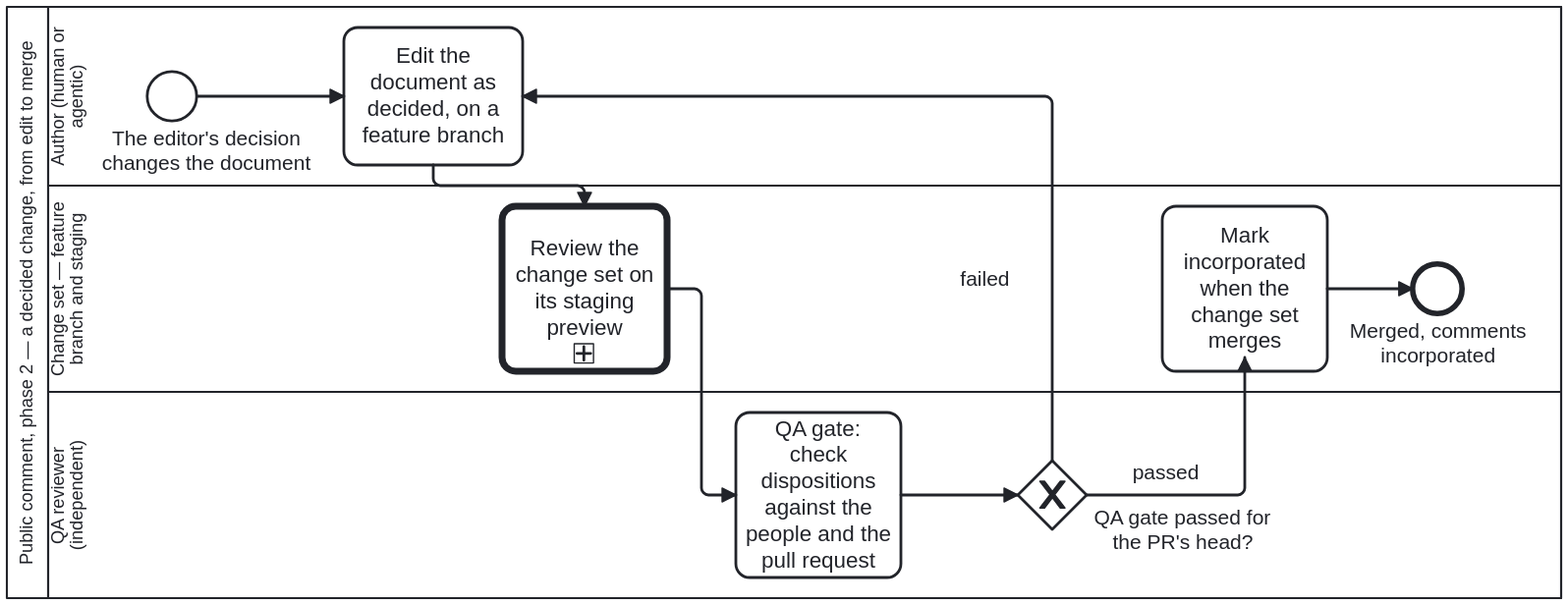
Above: processes/content/public-comment-change.svg in litlfred/folio-assistant-core (BPMN), before the change. Its source is kept beside it as processes/content/public-comment-change.bpmn. Ids are renumbered.
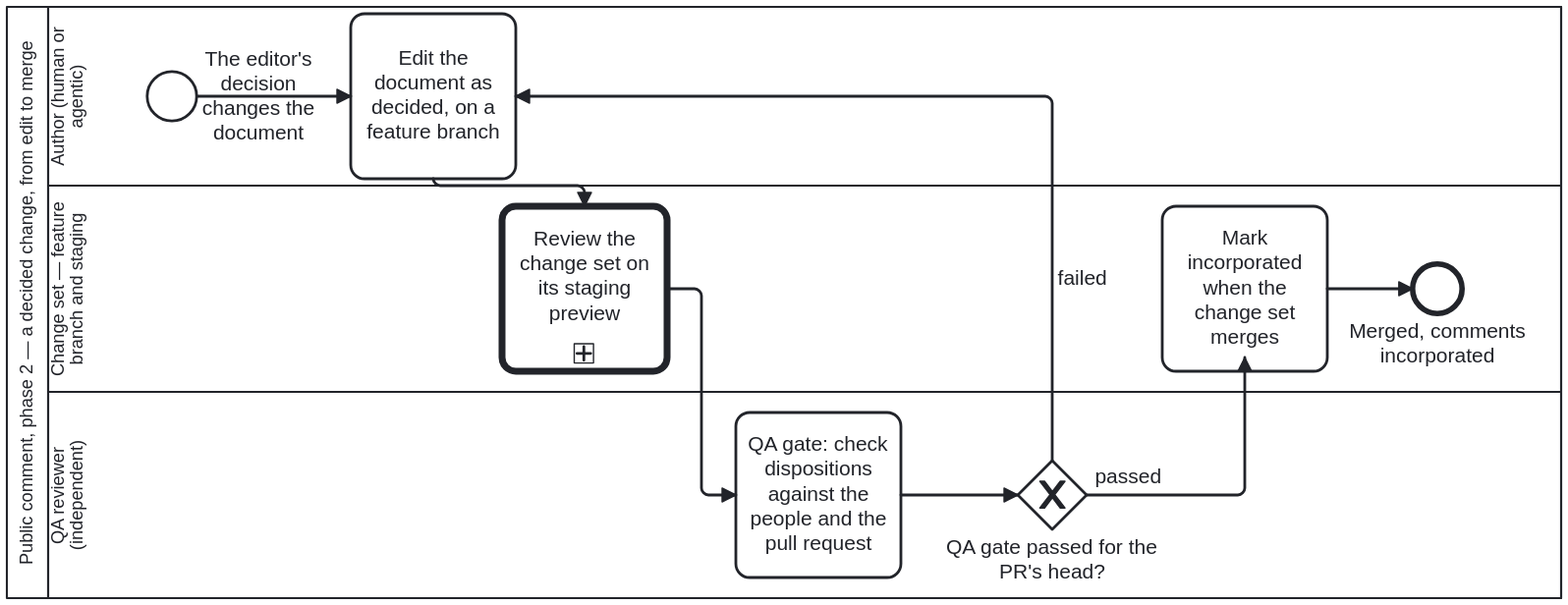
The same file after the commit.

Change to the diagram source:
```diff
@@ -134,7 +134,7 @@
           <dc:Bounds x="225" y="167" width="160" height="40" />
         </bpmndi:BPMNLabel></bpmndi:BPMNShape>
       <bpmndi:BPMNShape id="Task_AuthorEdits_di" bpmnElement="Task_AuthorEdits">
-        <dc:Bounds x="405" y="95" width="130" height="100" />
+        <dc:Bounds x="410" y="85" width="120" height="120" />
       </bpmndi:BPMNShape>
       <bpmndi:BPMNShape id="CallActivity_ChangeSet_di" bpmnElement="CallActivity_ChangeSet">
         <dc:Bounds x="520" y="225" width="120" height="120" />
@@ -157,10 +157,10 @@
       <bpmndi:BPMNLabel><dc:Bounds x="1132.5" y="307" width="135" height="36" /></bpmndi:BPMNLabel></bpmndi:BPMNShape>
       <bpmndi:BPMNEdge id="Flow_ToAuthor_di" bpmnElement="Flow_ToAuthor">
         <di:waypoint x="298" y="145" />
-        <di:waypoint x="405" y="145" />
+        <di:waypoint x="410" y="145" />
       </bpmndi:BPMNEdge>
       <bpmndi:BPMNEdge id="Flow_ToChangeSet_di" bpmnElement="Flow_ToChangeSet">
-        <di:waypoint x="470" y="195" />
+        <di:waypoint x="470" y="205" />
         <di:waypoint x="470" y="210" />
         <di:waypoint x="580" y="210" />
         <di:waypoint x="580" y="225" />
@@ -178,7 +178,7 @@
       <bpmndi:BPMNEdge id="Flow_QaFailed_di" bpmnElement="Flow_QaFailed">
         <di:waypoint x="920" y="410" />
         <di:waypoint x="920" y="145" />
-        <di:waypoint x="535" y="145" />
+        <di:waypoint x="530" y="145" />
         <bpmndi:BPMNLabel><dc:Bounds x="826" y="269" width="90" height="17" /></bpmndi:BPMNLabel>
       </bpmndi:BPMNEdge>
       <bpmndi:BPMNEdge id="Flow_ToIncorporate_di" bpmnElement="Flow_ToIncorporate">
```
